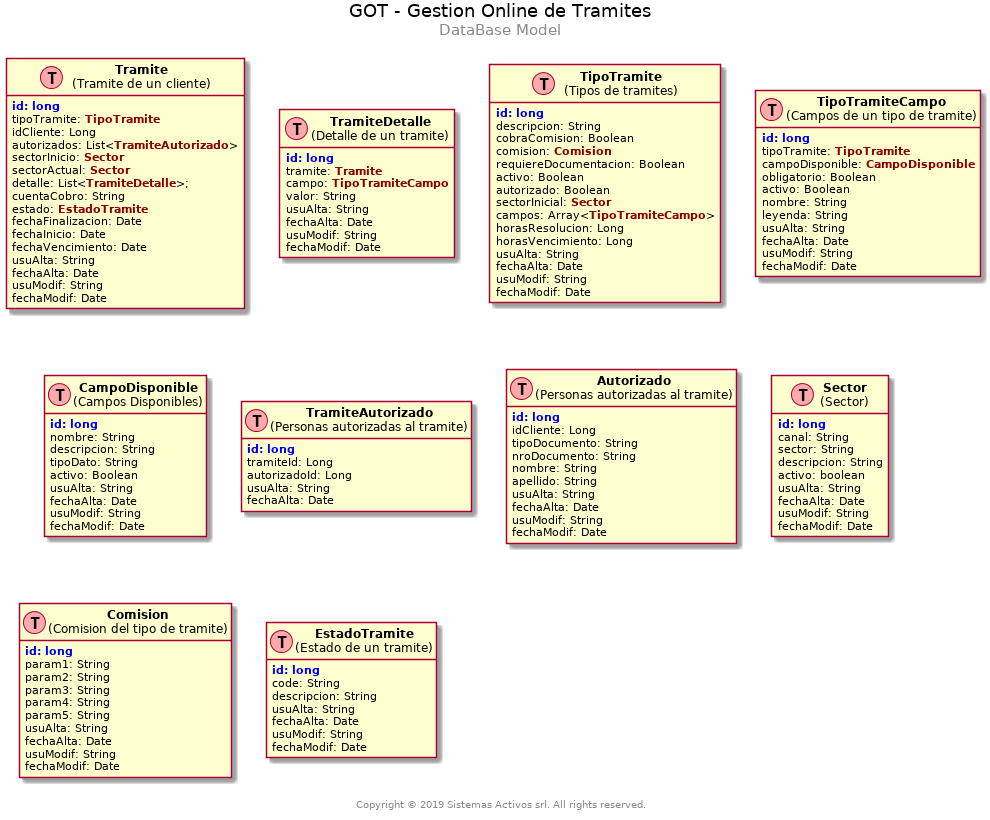
jmuseri/got keeps this PlantUML diagram as docs/diagrams/database/model.png. Above is the earlier version.
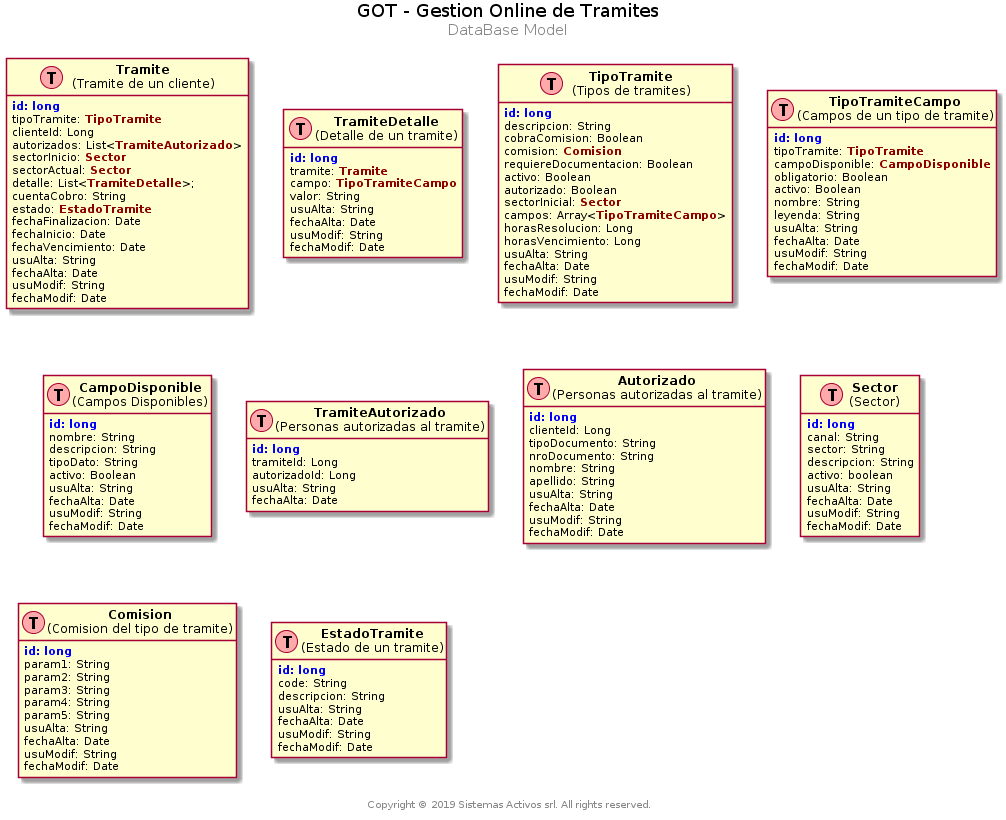
Above is the later version.

Change to the diagram source:
```diff
@@ -17,7 +17,7 @@
 class Tramite as "<b>Tramite</b>\n(Tramite de un cliente)" << (T,#FFAAAA) >> {
 <b><color:blue>id:</color></b> <b><color:blue>long</color></b>
 tipoTramite: <b><color:darkred>TipoTramite</color></b>
-idCliente: Long
+clienteId: Long
 autorizados: List<<b><color:darkred>TramiteAutorizado</color></b>>
 sectorInicio: <b><color:darkred>Sector</color></b>
 sectorActual: <b><color:darkred>Sector</color></b>
@@ -98,7 +98,7 @@
 
 class Autorizado as "<b>Autorizado</b>\n(Personas autorizadas al tramite)" << (T,#FFAAAA) >> {
 <b><color:blue>id:</color></b> <b><color:blue>long</color></b>
-idCliente: Long
+clienteId: Long
 tipoDocumento: String
 nroDocumento: String
 nombre: String
```
